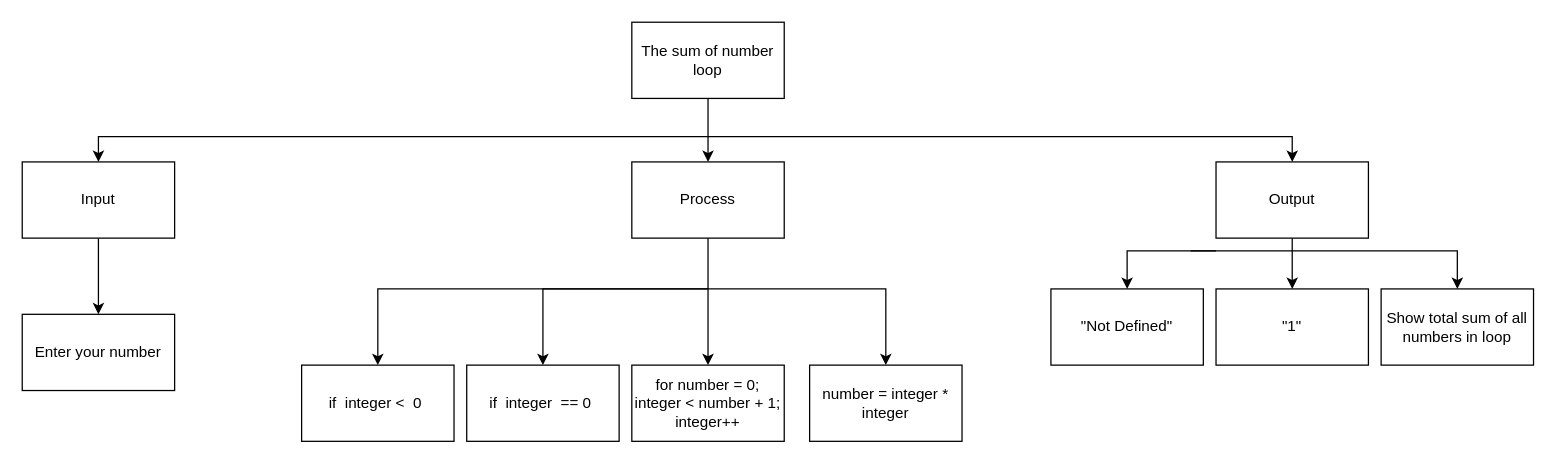
Earlier version of the draw.io diagram Drawio/TopDown.Drawio (JacksonNaufal/ICS3U-Unit4-04-Python). Source tidied: cells renumbered, new cells numbered last; positions are measured from the earlier drawing's top-left corner, leaving out a move shared by most shapes. Both pictures are drawn from the tidied source at 127%, with x=0, y=0 at pixel (22, 22).
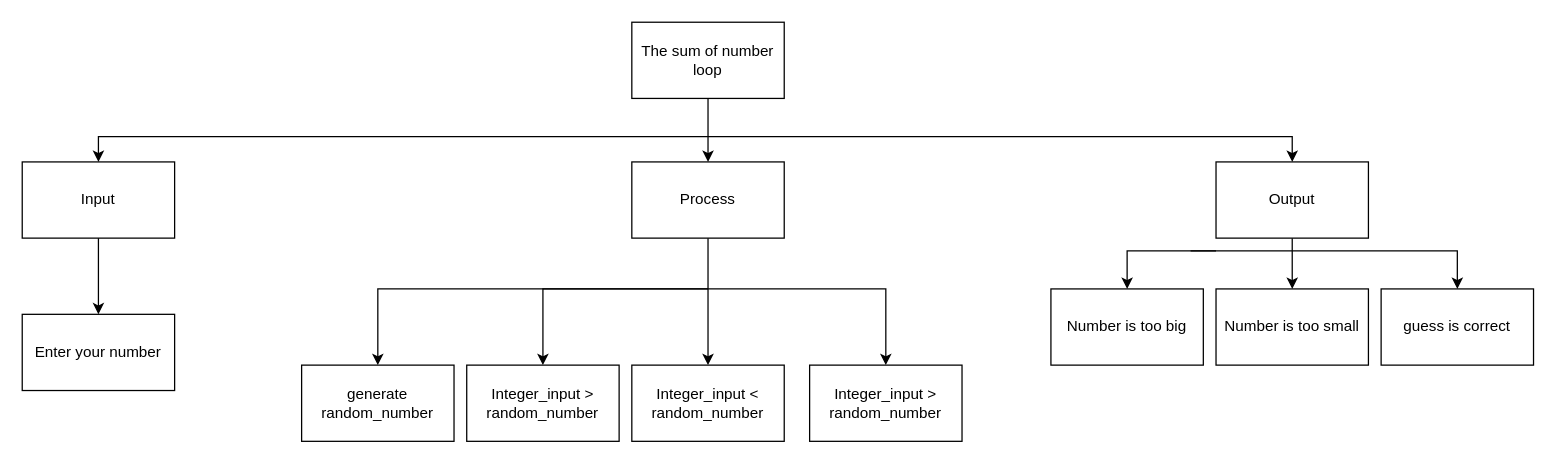
After the change.

The edit, as a diff of the source:
```diff
@@
-    <mxCell id="18" value="Show total sum of all numbers in loop" style="rounded=0;whiteSpace=wrap;html=1;" parent="1" vertex="1">
+    <mxCell id="18" value="guess is correct" style="rounded=0;whiteSpace=wrap;html=1;" parent="1" vertex="1">
       <mxGeometry x="1070" y="210" width="120" height="60" as="geometry" />
     </mxCell>
-    <mxCell id="19" value="number = integer * integer" style="rounded=0;whiteSpace=wrap;html=1;" parent="1" vertex="1">
+    <mxCell id="19" value="Integer_input &amp;gt; random_number" style="rounded=0;whiteSpace=wrap;html=1;" parent="1" vertex="1">
       <mxGeometry x="620" y="270" width="120" height="60" as="geometry" />
     </mxCell>
-    <mxCell id="20" value="for number = 0;&lt;br&gt;integer &amp;lt; number + 1;&lt;br&gt;integer++" style="rounded=0;whiteSpace=wrap;html=1;" parent="1" vertex="1">
+    <mxCell id="20" value="Integer_input &amp;lt; random_number" style="rounded=0;whiteSpace=wrap;html=1;" parent="1" vertex="1">
       <mxGeometry x="480" y="270" width="120" height="60" as="geometry" />
     </mxCell>
-    <mxCell id="21" value="if&amp;nbsp; integer &amp;lt;&amp;nbsp; 0&amp;nbsp;" style="rounded=0;whiteSpace=wrap;html=1;" parent="1" vertex="1">
+    <mxCell id="21" value="generate random_number" style="rounded=0;whiteSpace=wrap;html=1;" parent="1" vertex="1">
       <mxGeometry x="220" y="270" width="120" height="60" as="geometry" />
     </mxCell>
-    <mxCell id="22" value="&quot;Not Defined&quot;" style="rounded=0;whiteSpace=wrap;html=1;" parent="1" vertex="1">
+    <mxCell id="22" value="Number is too big" style="rounded=0;whiteSpace=wrap;html=1;" parent="1" vertex="1">
       <mxGeometry x="810" y="210" width="120" height="60" as="geometry" />
     </mxCell>
-    <mxCell id="23" value="if&amp;nbsp; integer&amp;nbsp; == 0&amp;nbsp;" style="rounded=0;whiteSpace=wrap;html=1;" parent="1" vertex="1">
+    <mxCell id="23" value="Integer_input &amp;gt; random_number" style="rounded=0;whiteSpace=wrap;html=1;" parent="1" vertex="1">
       <mxGeometry x="350" y="270" width="120" height="60" as="geometry" />
     </mxCell>
-    <mxCell id="24" value="&quot;1&quot;" style="rounded=0;whiteSpace=wrap;html=1;" parent="1" vertex="1">
+    <mxCell id="24" value="Number is too small" style="rounded=0;whiteSpace=wrap;html=1;" parent="1" vertex="1">
       <mxGeometry x="940" y="210" width="120" height="60" as="geometry" />
     </mxCell>
```
